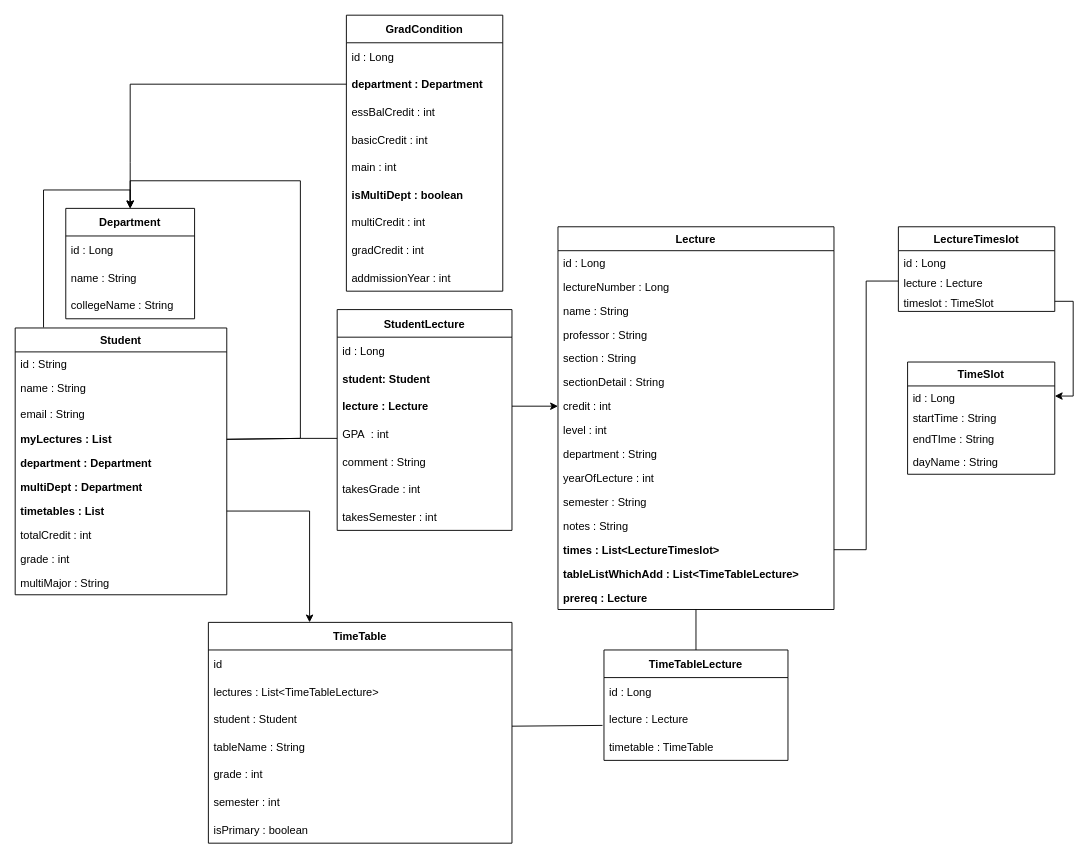
The draw.io diagram page "Java Entity" (1 of 2) of project_entity.drawio in 19-21-40/KLtime_BackEnd, before the edit. Source tidied: cells renumbered, new cells numbered last; positions are measured from the earlier drawing's top-left corner, leaving out a move shared by most shapes. Both pictures are drawn from the tidied source at 92%, with x=0, y=0 at pixel (15, 15).
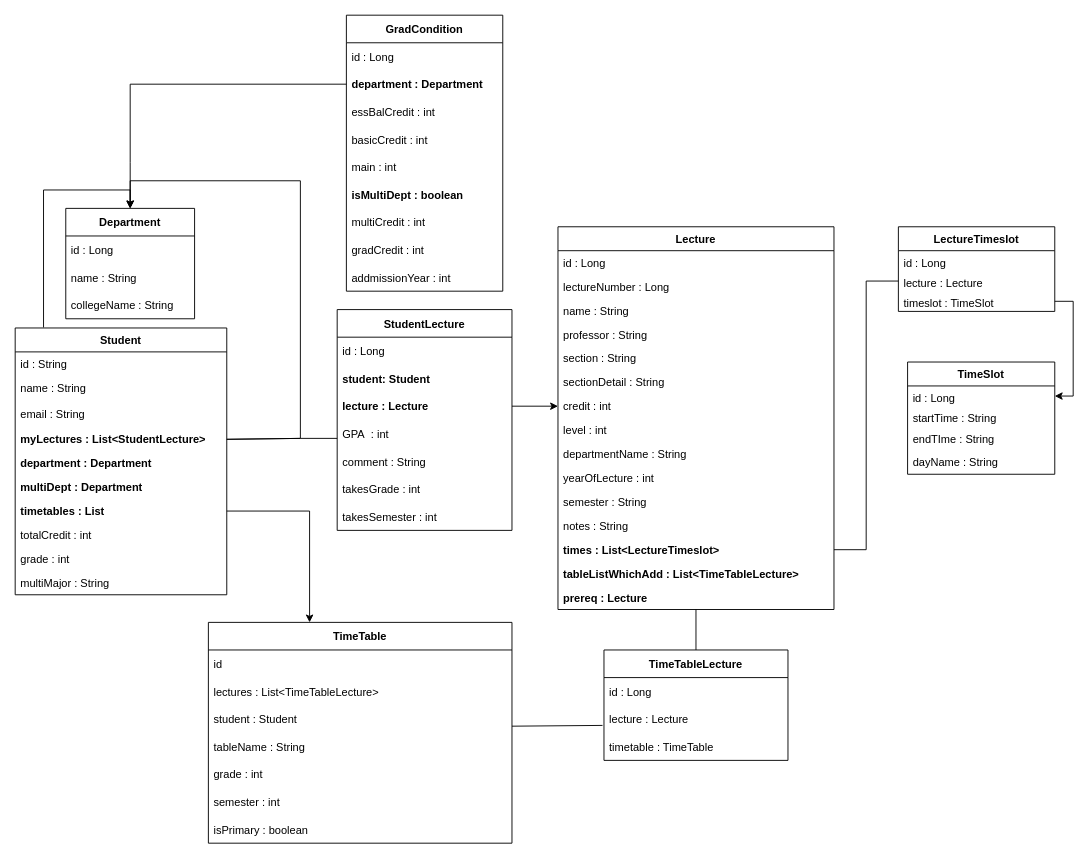
The same diagram, later.

The change refers to these unchanged cells:
```xml
<mxCell id="2" value="Student" style="swimlane;fontStyle=1;align=center;verticalAlign=top;horizontal=1;startSize=26;rounded=0;shadow=0;strokeWidth=1;" parent="1" vertex="1">
  <mxGeometry y="340" width="230" height="290" as="geometry" />
</mxCell>
<mxCell id="18" value="Lecture" style="swimlane;fontStyle=1;align=center;verticalAlign=top;horizontal=1;startSize=26;rounded=0;shadow=0;strokeWidth=1;" parent="1" vertex="1">
  <mxGeometry x="590" y="230" width="300" height="416" as="geometry" />
</mxCell>
```

Diff of the diagram source:
```diff
@@
-    <mxCell id="6" value="myLectures : List" style="text;align=left;verticalAlign=top;spacingLeft=4;spacingRight=4;overflow=hidden;points=[[0,0.5],[1,0.5]];portConstraint=eastwest;rounded=0;shadow=0;html=0;fontStyle=1;" parent="2" vertex="1">
+    <mxCell id="6" value="myLectures : List&lt;StudentLecture&gt;" style="text;align=left;verticalAlign=top;spacingLeft=4;spacingRight=4;overflow=hidden;points=[[0,0.5],[1,0.5]];portConstraint=eastwest;rounded=0;shadow=0;html=0;fontStyle=1;" parent="2" vertex="1">
       <mxGeometry y="108" width="230" height="26" as="geometry" />
     </mxCell>
@@
-    <mxCell id="27" value="department : String" style="text;align=left;verticalAlign=top;spacingLeft=4;spacingRight=4;overflow=hidden;rounded=0;shadow=0;html=0;" parent="18" vertex="1">
+    <mxCell id="27" value="departmentName : String" style="text;align=left;verticalAlign=top;spacingLeft=4;spacingRight=4;overflow=hidden;rounded=0;shadow=0;html=0;" parent="18" vertex="1">
       <mxGeometry y="234" width="300" height="26" as="geometry" />
     </mxCell>
```
